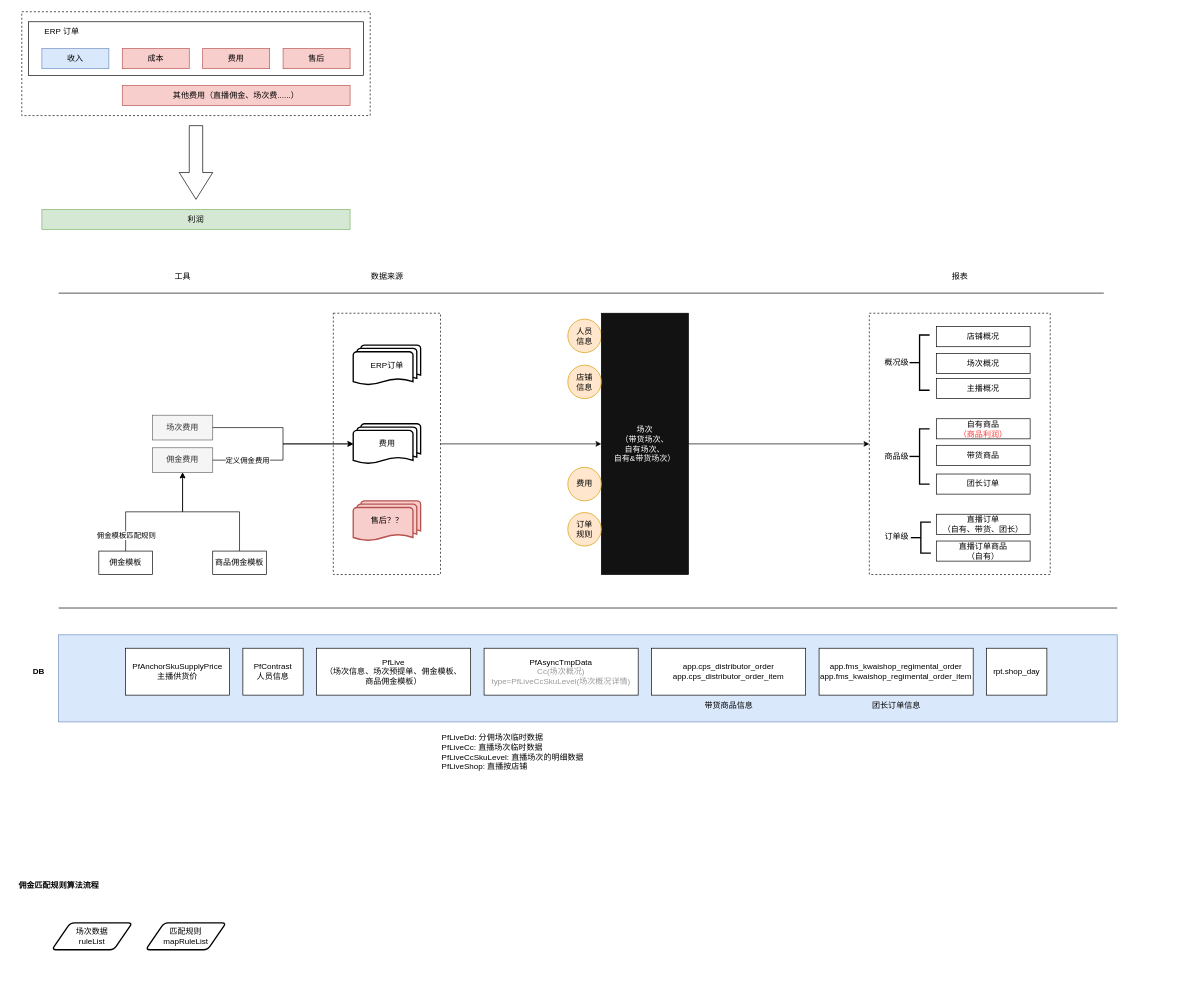
The draw.io diagram pflive.drawio in Timothyliao/diagramsRepo, before the edit. Source tidied: cells renumbered, new cells numbered last; positions are measured from the earlier drawing's top-left corner, leaving out a move shared by most shapes. Both pictures are drawn from the tidied source at 67%, with x=0, y=0 at pixel (11, 11).
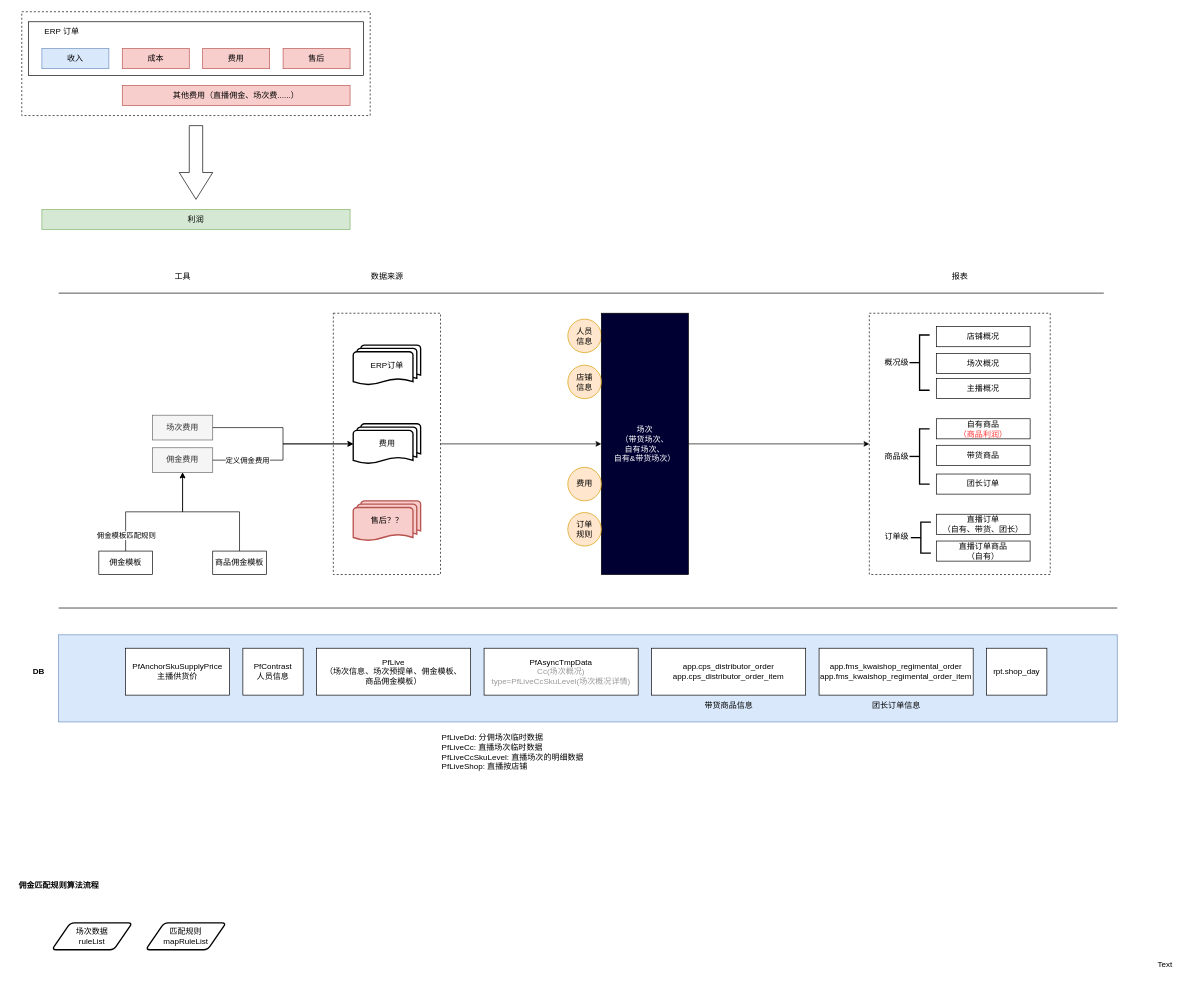
The same diagram, later.

Unchanged cells that the change refers to:
```xml
<mxCell id="13" style="group;" parent="12" vertex="1">
  <mxGeometry x="810" y="70" width="180" height="390" as="geometry" />
</mxCell>
```

Diff of the diagram source:
```diff
@@
-    <mxCell id="15" value="&lt;font color=&quot;#ffffff&quot;&gt;场次&lt;br&gt;（带货场次、&lt;br&gt;自有场次、&lt;br&gt;自有&amp;amp;带货场次）&lt;br&gt;&lt;/font&gt;" style="rounded=0;whiteSpace=wrap;html=1;fillColor=#121212;" parent="13" vertex="1">
+    <mxCell id="15" value="&lt;font color=&quot;#ffffff&quot;&gt;场次&lt;br&gt;（带货场次、&lt;br&gt;自有场次、&lt;br&gt;自有&amp;amp;带货场次）&lt;br&gt;&lt;/font&gt;" style="rounded=0;whiteSpace=wrap;html=1;fillColor=#000033;" parent="13" vertex="1">
       <mxGeometry x="50" width="130" height="390" as="geometry" />
     </mxCell>
@@
+    <mxCell id="72" value="Text" style="text;html=1;align=center;verticalAlign=middle;strokeColor=none;fillColor=none;" parent="1" vertex="1">
+      <mxGeometry x="1696" y="1408" width="50" height="30" as="geometry" />
+    </mxCell>
```
